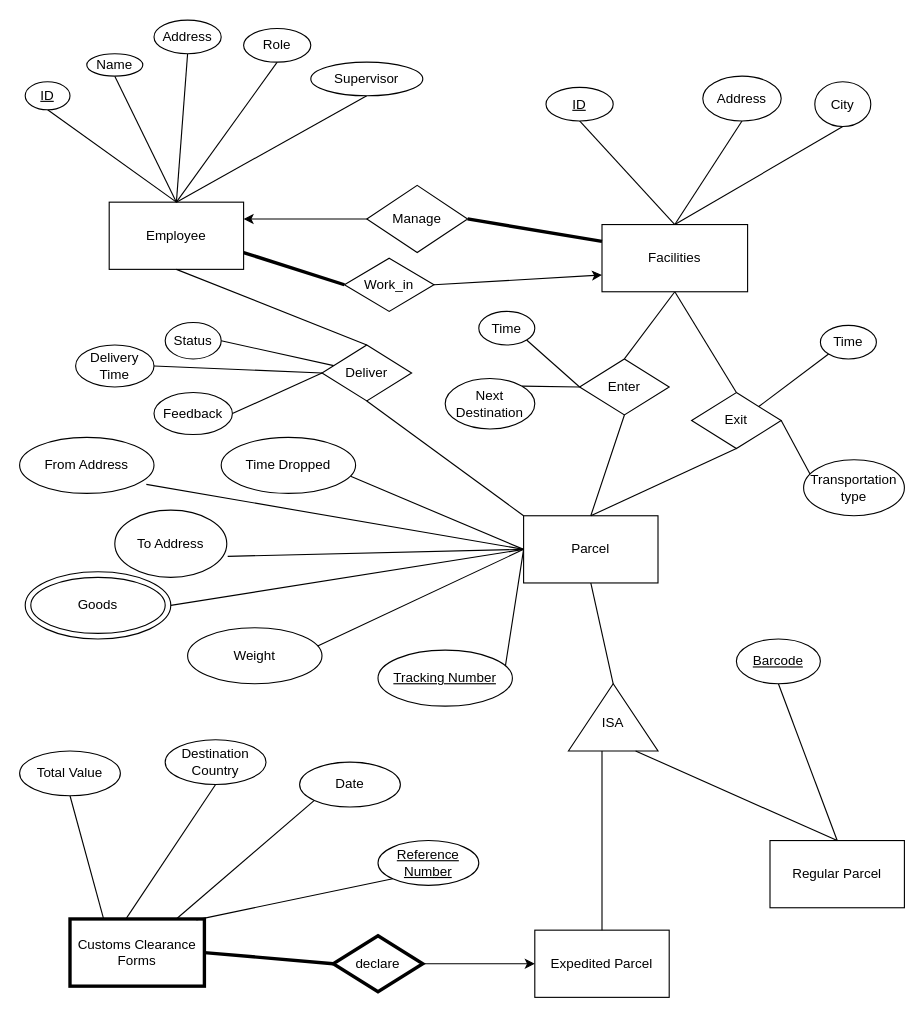
The draw.io diagram ER.drawio in StevenYang23/FlagRaisingGame, before the edit. Source tidied: cells renumbered, new cells numbered last; positions are measured from the earlier drawing's top-left corner, leaving out a move shared by most shapes. Both pictures are drawn from the tidied source at 112%, with x=0, y=0 at pixel (19, 20).
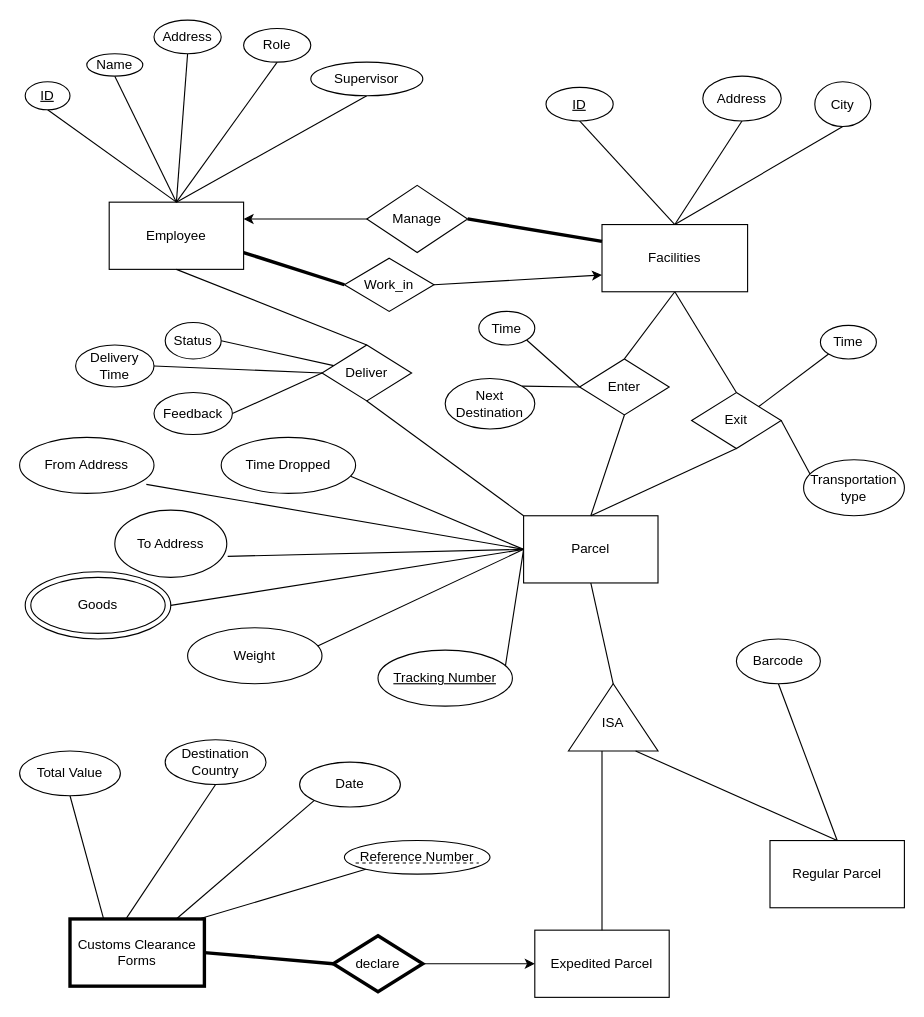
The same diagram, later.

What changed in the source:
```diff
@@
-    <mxCell id="60" value="&lt;u&gt;Barcode&lt;/u&gt;" style="ellipse;whiteSpace=wrap;html=1;" parent="1" vertex="1">
+    <mxCell id="60" value="&lt;span&gt;Barcode&lt;/span&gt;" style="ellipse;whiteSpace=wrap;html=1;fontStyle=0;" parent="1" vertex="1">
       <mxGeometry x="640" y="552" width="75" height="40" as="geometry" />
     </mxCell>
@@
-    <mxCell id="67" value="&lt;u&gt;Reference Number&lt;/u&gt;" style="ellipse;whiteSpace=wrap;html=1;" parent="1" vertex="1">
-      <mxGeometry x="320" y="732" width="90" height="40" as="geometry" />
+    <mxCell id="67" value="Reference Number" style="ellipse;whiteSpace=wrap;html=1;" parent="1" vertex="1">
+      <mxGeometry x="290" y="732" width="130" height="30" as="geometry" />
     </mxCell>
@@
+    <mxCell id="84" style="endArrow=none;dashed=1;html=1;rounded=0;" parent="1" edge="1">
+      <mxGeometry relative="1" as="geometry">
+        <mxPoint x="300" y="752" as="sourcePoint" />
+        <mxPoint x="410" y="752" as="targetPoint" />
+      </mxGeometry>
+    </mxCell>
```
